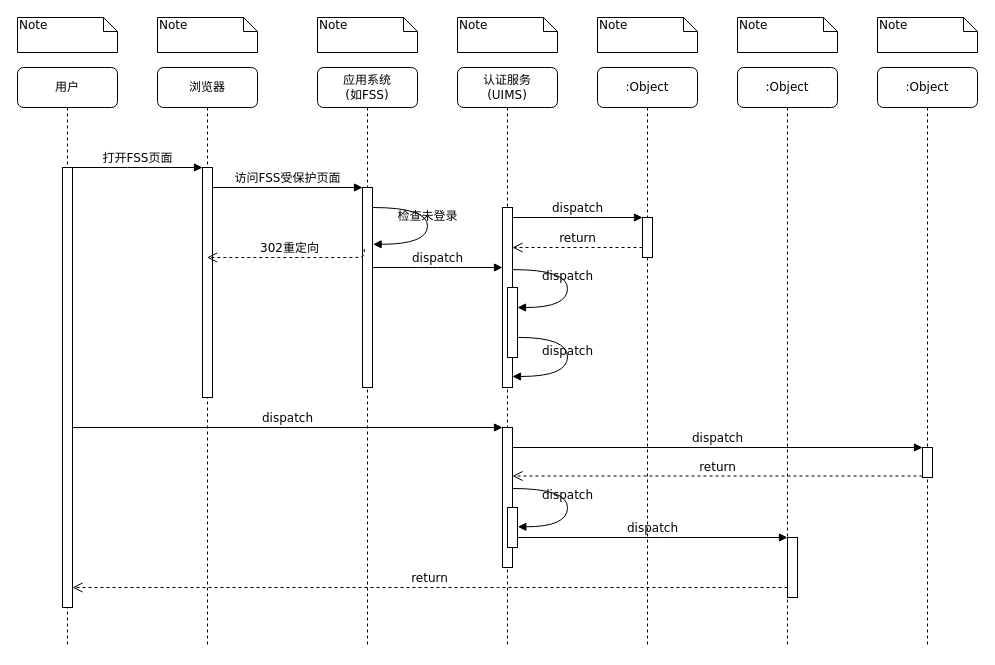
Earlier version of the draw.io diagram 单点登录-单应用系统-非前后端分离.drawio (yangxiaoxiao/drawings). Source tidied: cells renumbered, new cells numbered last; positions are measured from the earlier drawing's top-left corner, leaving out a move shared by most shapes. Both pictures are drawn from the tidied source at 100%, with x=0, y=0 at pixel (17, 17).
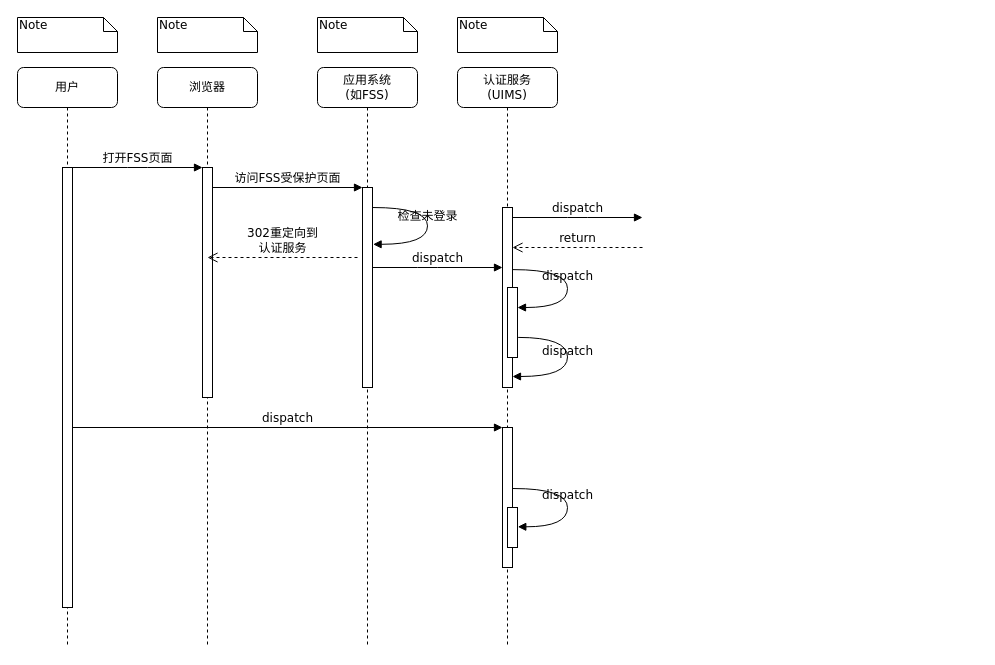
After the change.

Commit message:
更新单点登录-单应用系统-非前后端分离.drawio

Unchanged cells that the change refers to:
```xml
<mxCell id="2" value="浏览器" style="shape=umlLifeline;perimeter=lifelinePerimeter;whiteSpace=wrap;html=1;outlineConnect=0;rounded=1;shadow=0;comic=0;labelBackgroundColor=none;strokeWidth=1;fontFamily=Verdana;fontSize=12;align=center;" parent="1" vertex="1">
  <mxGeometry x="140" y="50" width="100" height="580" as="geometry" />
</mxCell>
<mxCell id="3" style="html=1;points=[];perimeter=orthogonalPerimeter;rounded=0;shadow=0;comic=0;labelBackgroundColor=none;strokeWidth=1;fontFamily=Verdana;fontSize=12;align=center;" parent="2" vertex="1">
  <mxGeometry x="45" y="100" width="10" height="230" as="geometry" />
</mxCell>
<mxCell id="5" style="html=1;points=[];perimeter=orthogonalPerimeter;rounded=0;shadow=0;comic=0;labelBackgroundColor=none;strokeWidth=1;fontFamily=Verdana;fontSize=12;align=center;" parent="4" vertex="1">
  <mxGeometry x="45" y="120" width="10" height="200" as="geometry" />
</mxCell>
<mxCell id="12" style="html=1;points=[];perimeter=orthogonalPerimeter;rounded=0;shadow=0;comic=0;labelBackgroundColor=none;strokeWidth=1;fontFamily=Verdana;fontSize=12;align=center;" parent="11" vertex="1">
  <mxGeometry x="45" y="100" width="10" height="440" as="geometry" />
</mxCell>
<mxCell id="13" style="html=1;points=[];perimeter=orthogonalPerimeter;rounded=0;shadow=0;comic=0;labelBackgroundColor=none;strokeWidth=1;fontFamily=Verdana;fontSize=12;align=center;" parent="1" vertex="1">
  <mxGeometry x="485" y="190" width="10" height="180" as="geometry" />
</mxCell>
<mxCell id="18" style="html=1;points=[];perimeter=orthogonalPerimeter;rounded=0;shadow=0;comic=0;labelBackgroundColor=none;strokeWidth=1;fontFamily=Verdana;fontSize=12;align=center;" parent="1" vertex="1">
  <mxGeometry x="485" y="410" width="10" height="140" as="geometry" />
</mxCell>
<mxCell id="31" style="html=1;points=[];perimeter=orthogonalPerimeter;rounded=0;shadow=0;comic=0;labelBackgroundColor=none;strokeWidth=1;fontFamily=Verdana;fontSize=12;align=center;" parent="1" vertex="1">
  <mxGeometry x="490" y="490" width="10" height="40" as="geometry" />
</mxCell>
```

Change to the diagram source:
```diff
@@
-    <mxCell id="8" value=":Object" style="shape=umlLifeline;perimeter=lifelinePerimeter;whiteSpace=wrap;html=1;rounded=1;shadow=0;comic=0;labelBackgroundColor=none;strokeWidth=1;fontFamily=Verdana;fontSize=12;align=center;" parent="1" vertex="1">
-      <mxGeometry x="580" y="50" width="100" height="580" as="geometry" />
-    </mxCell>
-    <mxCell id="9" value=":Object" style="shape=umlLifeline;perimeter=lifelinePerimeter;whiteSpace=wrap;html=1;rounded=1;shadow=0;comic=0;labelBackgroundColor=none;strokeWidth=1;fontFamily=Verdana;fontSize=12;align=center;" parent="1" vertex="1">
-      <mxGeometry x="720" y="50" width="100" height="580" as="geometry" />
-    </mxCell>
-    <mxCell id="10" value=":Object" style="shape=umlLifeline;perimeter=lifelinePerimeter;whiteSpace=wrap;html=1;rounded=1;shadow=0;comic=0;labelBackgroundColor=none;strokeWidth=1;fontFamily=Verdana;fontSize=12;align=center;" parent="1" vertex="1">
-      <mxGeometry x="860" y="50" width="100" height="580" as="geometry" />
-    </mxCell>
@@
-    <mxCell id="15" style="html=1;points=[];perimeter=orthogonalPerimeter;rounded=0;shadow=0;comic=0;labelBackgroundColor=none;strokeWidth=1;fontFamily=Verdana;fontSize=12;align=center;" parent="1" vertex="1">
-      <mxGeometry x="625" y="200" width="10" height="40" as="geometry" />
-    </mxCell>
-    <mxCell id="16" value="dispatch" style="html=1;verticalAlign=bottom;endArrow=block;entryX=0;entryY=0;labelBackgroundColor=none;fontFamily=Verdana;fontSize=12;edgeStyle=elbowEdgeStyle;elbow=vertical;" parent="1" edge="1" source="13" target="15">
-      <mxGeometry relative="1" as="geometry" />
+    <mxCell id="16" value="dispatch" style="html=1;verticalAlign=bottom;endArrow=block;entryX=0;entryY=0;labelBackgroundColor=none;fontFamily=Verdana;fontSize=12;edgeStyle=elbowEdgeStyle;elbow=vertical;" parent="1" edge="1" source="13">
+      <mxGeometry relative="1" as="geometry">
+        <mxPoint x="625" y="200" as="targetPoint" />
+      </mxGeometry>
     </mxCell>
-    <mxCell id="17" value="return" style="html=1;verticalAlign=bottom;endArrow=open;dashed=1;endSize=8;labelBackgroundColor=none;fontFamily=Verdana;fontSize=12;edgeStyle=elbowEdgeStyle;elbow=vertical;" parent="1" edge="1" source="15" target="13">
+    <mxCell id="17" value="return" style="html=1;verticalAlign=bottom;endArrow=open;dashed=1;endSize=8;labelBackgroundColor=none;fontFamily=Verdana;fontSize=12;edgeStyle=elbowEdgeStyle;elbow=vertical;" parent="1" edge="1" target="13">
       <mxGeometry relative="1" as="geometry">
+        <mxPoint x="625" y="230" as="sourcePoint" />
         <Array as="points">
           <mxPoint x="570" y="230" />
           <mxPoint x="600" y="230" />
         </Array>
       </mxGeometry>
     </mxCell>
@@
-    <mxCell id="20" style="html=1;points=[];perimeter=orthogonalPerimeter;rounded=0;shadow=0;comic=0;labelBackgroundColor=none;strokeColor=#000000;strokeWidth=1;fillColor=#FFFFFF;fontFamily=Verdana;fontSize=12;fontColor=#000000;align=center;" parent="1" vertex="1">
-      <mxGeometry x="905" y="430" width="10" height="30" as="geometry" />
-    </mxCell>
-    <mxCell id="21" value="dispatch" style="html=1;verticalAlign=bottom;endArrow=block;entryX=0;entryY=0;labelBackgroundColor=none;fontFamily=Verdana;fontSize=12;" parent="1" edge="1" source="18" target="20">
-      <mxGeometry relative="1" as="geometry" />
-    </mxCell>
-    <mxCell id="22" value="return" style="html=1;verticalAlign=bottom;endArrow=open;dashed=1;endSize=8;exitX=0;exitY=0.95;labelBackgroundColor=none;fontFamily=Verdana;fontSize=12;" parent="1" edge="1" source="20" target="18">
-      <mxGeometry relative="1" as="geometry" />
-    </mxCell>
-    <mxCell id="23" style="html=1;points=[];perimeter=orthogonalPerimeter;rounded=0;shadow=0;comic=0;labelBackgroundColor=none;strokeWidth=1;fontFamily=Verdana;fontSize=12;align=center;" parent="1" vertex="1">
-      <mxGeometry x="770" y="520" width="10" height="60" as="geometry" />
-    </mxCell>
-    <mxCell id="24" value="dispatch" style="html=1;verticalAlign=bottom;endArrow=block;entryX=0;entryY=0;labelBackgroundColor=none;fontFamily=Verdana;fontSize=12;edgeStyle=elbowEdgeStyle;elbow=vertical;" parent="1" edge="1" source="31" target="23">
-      <mxGeometry relative="1" as="geometry" />
-    </mxCell>
-    <mxCell id="25" value="return" style="html=1;verticalAlign=bottom;endArrow=open;dashed=1;endSize=8;labelBackgroundColor=none;fontFamily=Verdana;fontSize=12;edgeStyle=elbowEdgeStyle;elbow=vertical;" parent="1" edge="1" source="23" target="12">
-      <mxGeometry relative="1" as="geometry">
-        <Array as="points">
-          <mxPoint x="470" y="570" />
-        </Array>
-      </mxGeometry>
-    </mxCell>
@@
-    <mxCell id="37" value="Note" style="shape=note;whiteSpace=wrap;html=1;size=14;verticalAlign=top;align=left;spacingTop=-6;rounded=0;shadow=0;comic=0;labelBackgroundColor=none;strokeWidth=1;fontFamily=Verdana;fontSize=12;" parent="1" vertex="1">
-      <mxGeometry x="580" width="100" height="35" as="geometry" />
-    </mxCell>
-    <mxCell id="38" value="Note" style="shape=note;whiteSpace=wrap;html=1;size=14;verticalAlign=top;align=left;spacingTop=-6;rounded=0;shadow=0;comic=0;labelBackgroundColor=none;strokeWidth=1;fontFamily=Verdana;fontSize=12;" parent="1" vertex="1">
-      <mxGeometry x="720" width="100" height="35" as="geometry" />
-    </mxCell>
-    <mxCell id="39" value="Note" style="shape=note;whiteSpace=wrap;html=1;size=14;verticalAlign=top;align=left;spacingTop=-6;rounded=0;shadow=0;comic=0;labelBackgroundColor=none;strokeWidth=1;fontFamily=Verdana;fontSize=12;" parent="1" vertex="1">
-      <mxGeometry x="860" width="100" height="35" as="geometry" />
-    </mxCell>
-    <mxCell id="40" value="302重定向&lt;br&gt;" style="html=1;verticalAlign=bottom;endArrow=open;dashed=1;endSize=8;labelBackgroundColor=none;fontFamily=Verdana;fontSize=12;edgeStyle=elbowEdgeStyle;elbow=vertical;exitX=0.18;exitY=0.308;exitDx=0;exitDy=0;exitPerimeter=0;" parent="1" edge="1" source="5" target="2">
+    <mxCell id="40" value="302重定向到&lt;br&gt;认证服务" style="html=1;verticalAlign=bottom;endArrow=open;dashed=1;endSize=8;labelBackgroundColor=none;fontFamily=Verdana;fontSize=12;edgeStyle=elbowEdgeStyle;elbow=vertical;entryX=0.5;entryY=0.391;entryDx=0;entryDy=0;entryPerimeter=0;" parent="1" edge="1" target="3">
       <mxGeometry relative="1" as="geometry">
+        <mxPoint x="340" y="240" as="sourcePoint" />
         <Array as="points">
           <mxPoint x="330" y="240" />
           <mxPoint x="570" y="230" />
           <mxPoint x="600" y="230" />
         </Array>
       </mxGeometry>
     </mxCell>
```
